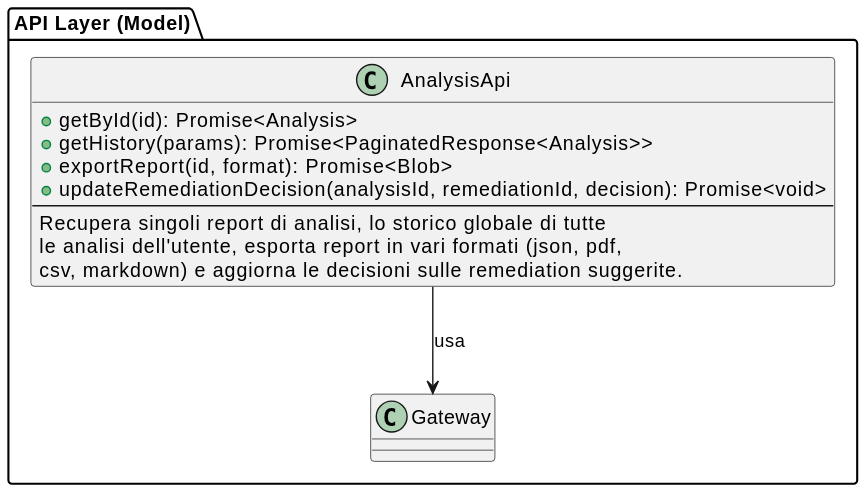
Before: assets/st_diagrams/svg/analysis_api.svg, a diagram exported from PlantUML (SkarabGroup/DocumentazioneProgetto).
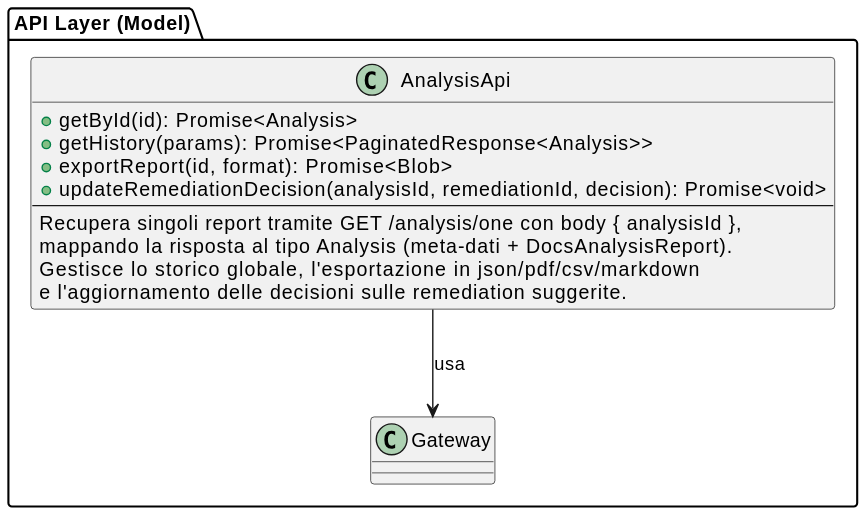
After the change.

Diff of the diagram source:
```diff
@@ -6,9 +6,10 @@
     + exportReport(id, format): Promise<Blob>
     + updateRemediationDecision(analysisId, remediationId, decision): Promise<void>
     --
-    Recupera singoli report di analisi, lo storico globale di tutte
-    le analisi dell'utente, esporta report in vari formati (json, pdf,
-    csv, markdown) e aggiorna le decisioni sulle remediation suggerite.
+    Recupera singoli report tramite GET /analysis/one con body { analysisId },
+    mappando la risposta al tipo Analysis (meta-dati + DocsAnalysisReport).
+    Gestisce lo storico globale, l'esportazione in json/pdf/csv/markdown
+    e l'aggiornamento delle decisioni sulle remediation suggerite.
   }
 
   AnalysisApi --> "Gateway" : usa
```
